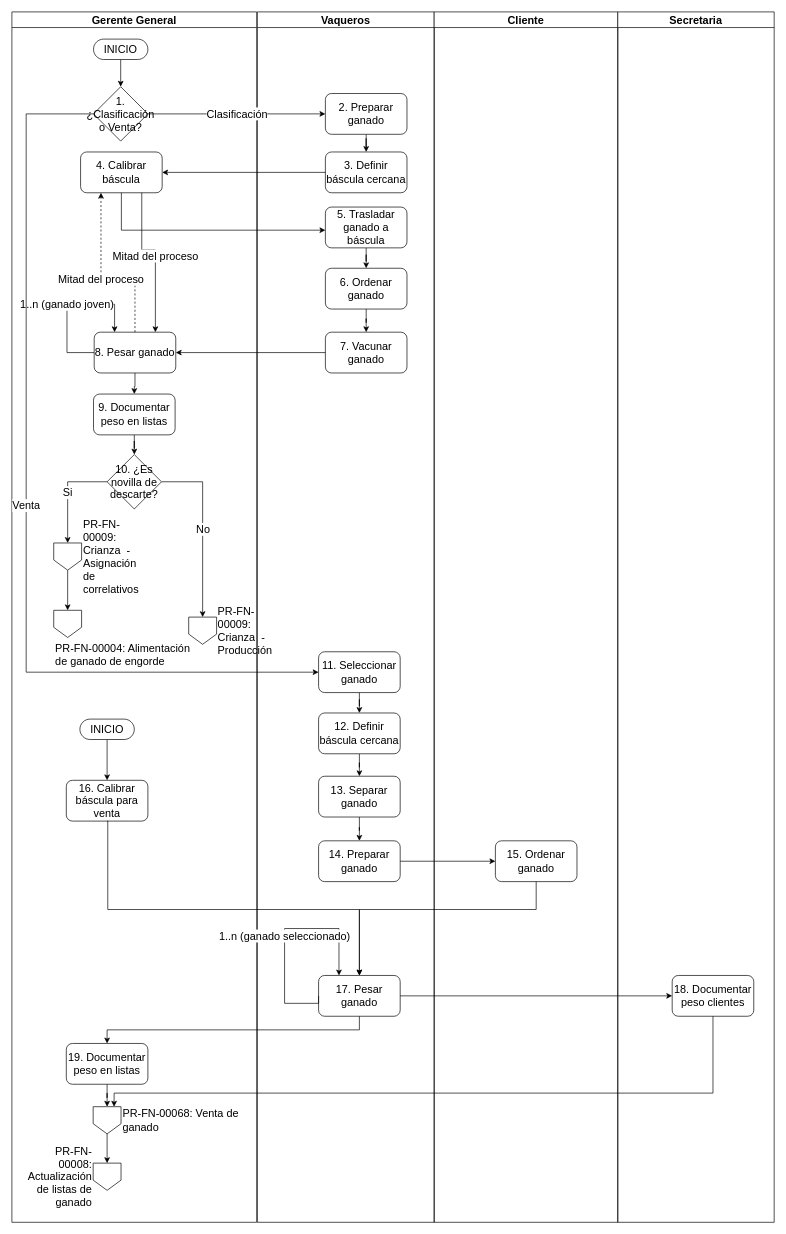
Earlier version of the draw.io diagram page "PR-FN-00013 - Pesa de ganado" (4 of 5) of FSJB.drawio (prtigofn/Dev2.0). Source tidied: cells renumbered, new cells numbered last; positions are measured from the earlier drawing's top-left corner, leaving out a move shared by most shapes. Both pictures are drawn from the tidied source at 68%, with x=0, y=0 at pixel (12, 12). Pictures stored in the file or linked from it are replaced by grey dashed boxes.
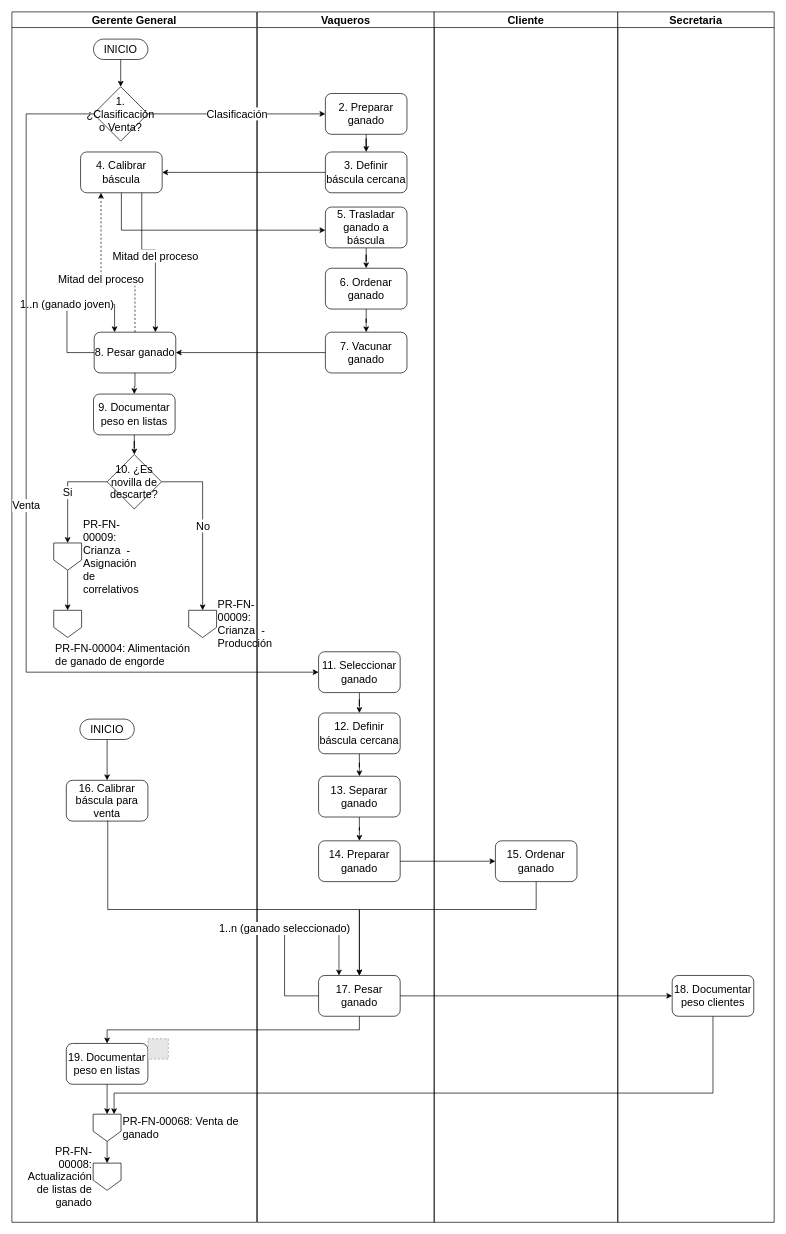
Above is the later version.

Unchanged cells that the change refers to:
```xml
<mxCell id="2" value="Gerente General" style="swimlane;whiteSpace=wrap;html=1;fontSize=16;" parent="1" vertex="1">
  <mxGeometry width="360" height="1780" as="geometry" />
</mxCell>
<mxCell id="49" value="Secretaria" style="swimlane;whiteSpace=wrap;html=1;fontSize=16;" parent="1" vertex="1">
  <mxGeometry x="891" width="230" height="1780" as="geometry" />
</mxCell>
<mxCell id="50" value="17. Pesar ganado" style="rounded=1;whiteSpace=wrap;html=1;fontSize=16;" parent="49" vertex="1">
  <mxGeometry x="-440" y="1417" width="120" height="60" as="geometry" />
</mxCell>
```

The edit, as a diff of the source:
```diff
@@
     <mxCell id="17" value="PR-FN-00009: Crianza  - Producción" style="shape=offPageConnector;fontSize=16;labelPosition=right;verticalLabelPosition=middle;align=left;verticalAlign=middle;whiteSpace=wrap;" parent="2" vertex="1">
-      <mxGeometry x="260" y="890" width="41" height="40" as="geometry" />
+      <mxGeometry x="260" y="880" width="41" height="40" as="geometry" />
     </mxCell>
@@
     <mxCell id="20" value="PR-FN-00068: Venta de&lt;br&gt;ganado" style="shape=offPageConnector;fontSize=16;labelPosition=right;verticalLabelPosition=middle;align=left;verticalAlign=middle;html=1;" parent="2" vertex="1">
-      <mxGeometry x="119.5" y="1610" width="41" height="40" as="geometry" />
+      <mxGeometry x="119.5" y="1621" width="41" height="40" as="geometry" />
     </mxCell>
@@
+    <mxCell id="62" style="fillColor=#E6E6E6;strokeColor=#999999;dashed=1;html=1;verticalAlign=top;verticalLabelPosition=bottom;labelBackgroundColor=#ffffff;" parent="2" vertex="1">
+      <mxGeometry x="200" y="1510" width="30" height="30" as="geometry" />
+    </mxCell>
@@
     <mxCell id="53" value="1..n (ganado seleccionado)" style="edgeStyle=orthogonalEdgeStyle;rounded=0;orthogonalLoop=1;jettySize=auto;html=1;exitX=0;exitY=0.5;exitDx=0;exitDy=0;entryX=0.25;entryY=0;entryDx=0;entryDy=0;fontSize=16;" parent="49" edge="1" source="50" target="50">
       <mxGeometry relative="1" as="geometry">
         <Array as="points">
-          <mxPoint x="-440" y="1458" />
-          <mxPoint x="-490" y="1458" />
+          <mxPoint x="-490" y="1447" />
           <mxPoint x="-490" y="1348" />
           <mxPoint x="-410" y="1348" />
         </Array>
       </mxGeometry>
     </mxCell>
```
